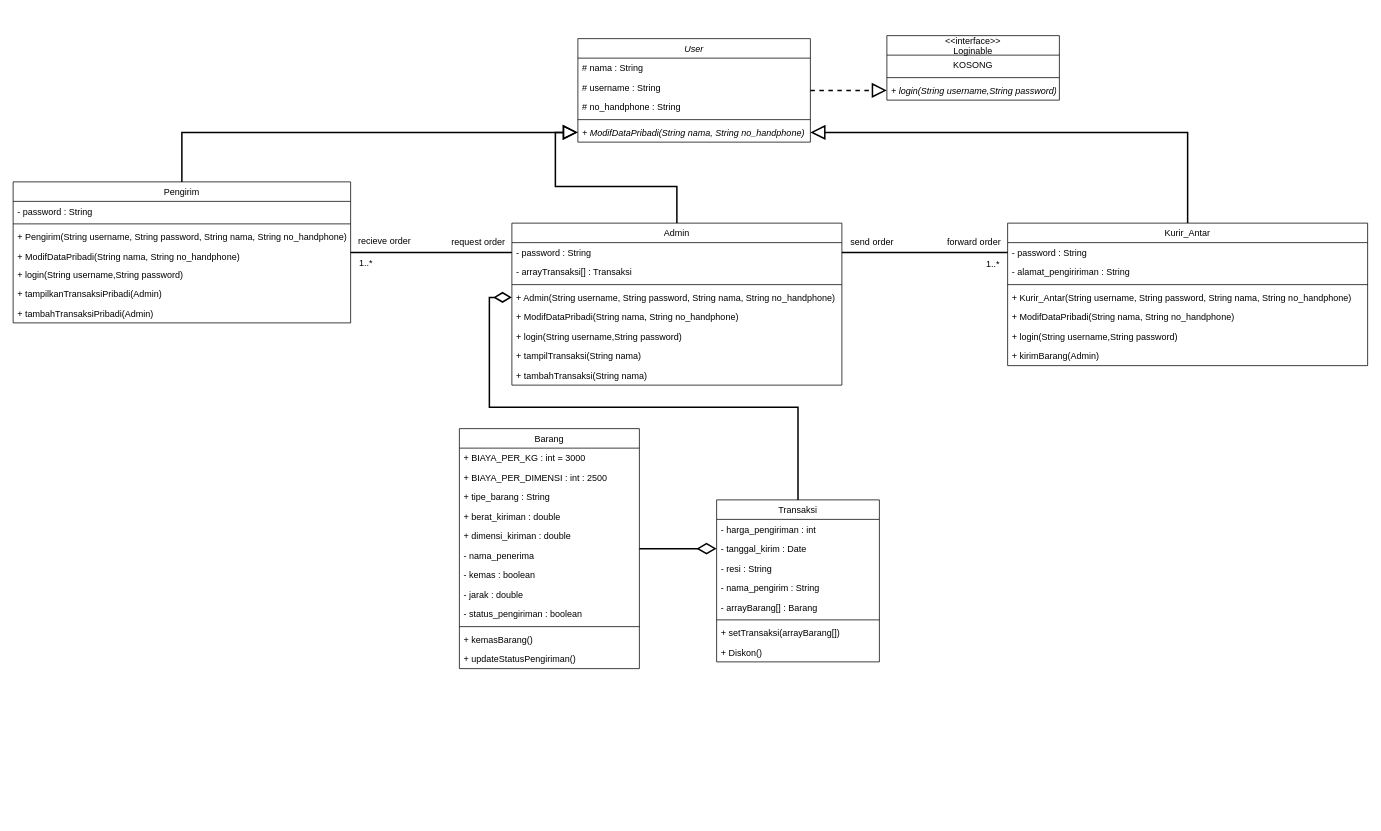
Above: Class Diagram.drawio in DanielHadi/OOPProgramming_MajorAssignment (draw.io), before the change. Source tidied: cells renumbered, new cells numbered last; positions are measured from the earlier drawing's top-left corner, leaving out a move shared by most shapes. Both pictures are drawn from the tidied source at 75%, with x=0, y=0 at pixel (13, 35).
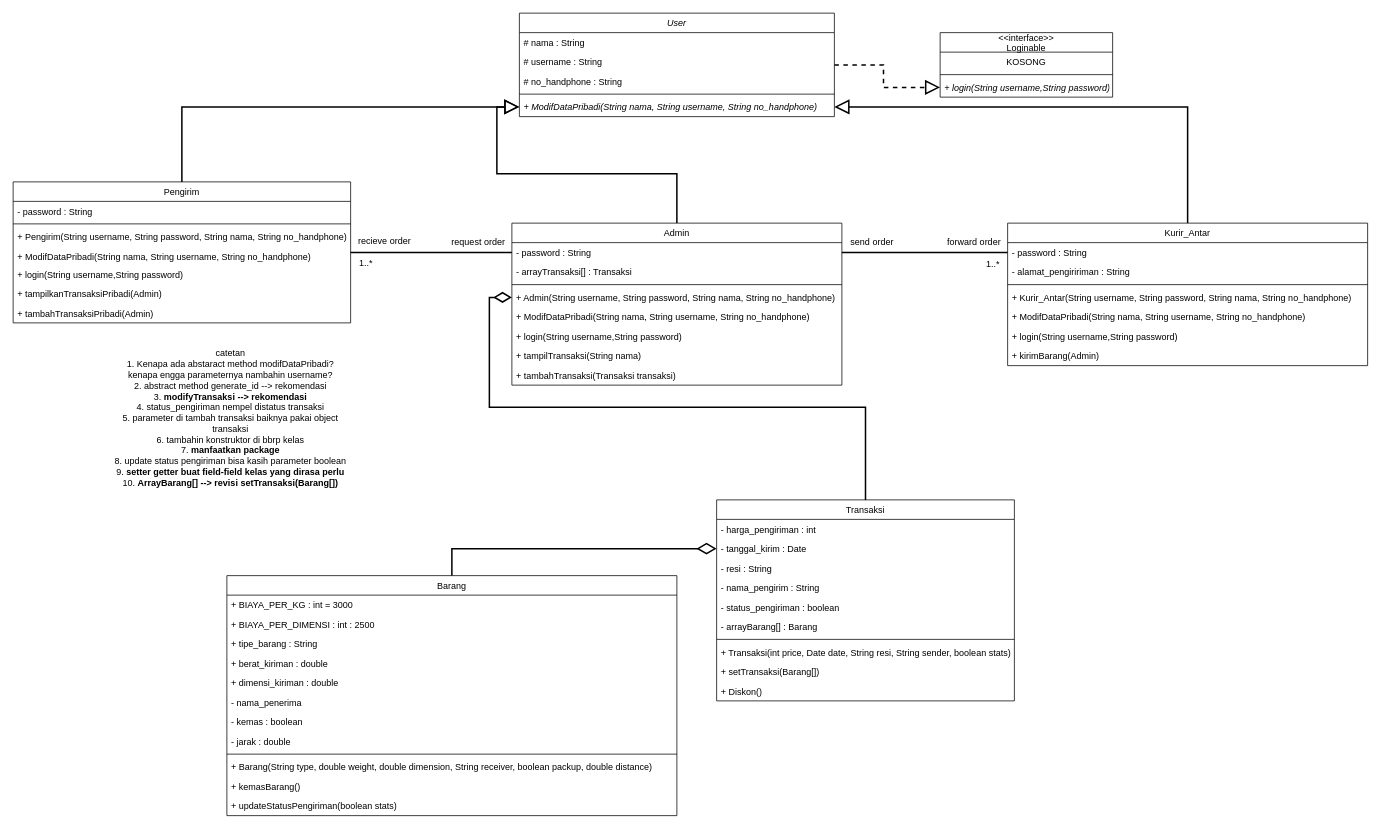
The same diagram, later.

Commit message:
Revisi Kelas Diagram Versi 1

The change refers to these unchanged cells:
```xml
<mxCell id="4" value="Pengirim" style="swimlane;fontStyle=0;align=center;verticalAlign=top;horizontal=1;startSize=26;" parent="1" vertex="1">
  <mxGeometry y="195" width="450" height="188" as="geometry" />
</mxCell>
<mxCell id="13" value="Admin" style="swimlane;fontStyle=0;align=center;verticalAlign=top;horizontal=1;startSize=26;" parent="1" vertex="1">
  <mxGeometry x="665" y="250" width="440" height="216" as="geometry" />
</mxCell>
<mxCell id="23" value="Kurir_Antar" style="swimlane;fontStyle=0;align=center;verticalAlign=top;horizontal=1;startSize=26;" parent="1" vertex="1">
  <mxGeometry x="1326" y="250" width="480" height="190" as="geometry" />
</mxCell>
```

What changed in the source:
```diff
@@
-    <mxCell id="8" value="+ ModifDataPribadi(String nama, String no_handphone)" style="text;strokeColor=none;fillColor=none;align=left;verticalAlign=top;spacingLeft=4;spacingRight=4;overflow=hidden;fontStyle=0;" parent="4" vertex="1">
+    <mxCell id="8" value="+ ModifDataPribadi(String nama, String username, String no_handphone)" style="text;strokeColor=none;fillColor=none;align=left;verticalAlign=top;spacingLeft=4;spacingRight=4;overflow=hidden;fontStyle=0;" parent="4" vertex="1">
       <mxGeometry y="86" width="450" height="24" as="geometry" />
     </mxCell>
@@
-    <mxCell id="18" value="+ ModifDataPribadi(String nama, String no_handphone)" style="text;strokeColor=none;fillColor=none;align=left;verticalAlign=top;spacingLeft=4;spacingRight=4;overflow=hidden;" parent="13" vertex="1">
+    <mxCell id="18" value="+ ModifDataPribadi(String nama, String username, String no_handphone)" style="text;strokeColor=none;fillColor=none;align=left;verticalAlign=top;spacingLeft=4;spacingRight=4;overflow=hidden;fontStyle=0;" parent="13" vertex="1">
       <mxGeometry y="112" width="440" height="26" as="geometry" />
     </mxCell>
@@
-    <mxCell id="21" value="+ tambahTransaksi(String nama)" style="text;strokeColor=none;fillColor=none;align=left;verticalAlign=top;spacingLeft=4;spacingRight=4;overflow=hidden;" parent="13" vertex="1">
+    <mxCell id="21" value="+ tambahTransaksi(Transaksi transaksi)" style="text;strokeColor=none;fillColor=none;align=left;verticalAlign=top;spacingLeft=4;spacingRight=4;overflow=hidden;" parent="13" vertex="1">
       <mxGeometry y="190" width="440" height="26" as="geometry" />
     </mxCell>
@@
-    <mxCell id="28" value="+ ModifDataPribadi(String nama, String no_handphone)" style="text;strokeColor=none;fillColor=none;align=left;verticalAlign=top;spacingLeft=4;spacingRight=4;overflow=hidden;" parent="23" vertex="1">
+    <mxCell id="28" value="+ ModifDataPribadi(String nama, String username, String no_handphone)" style="text;strokeColor=none;fillColor=none;align=left;verticalAlign=top;spacingLeft=4;spacingRight=4;overflow=hidden;fontStyle=0;" parent="23" vertex="1">
       <mxGeometry y="112" width="480" height="26" as="geometry" />
     </mxCell>
@@
     <mxCell id="32" value="Barang" style="swimlane;fontStyle=0;align=center;verticalAlign=top;horizontal=1;startSize=26;" parent="1" vertex="1">
-      <mxGeometry x="595" y="524" width="240" height="320" as="geometry" />
+      <mxGeometry x="285" y="720" width="600" height="320" as="geometry" />
     </mxCell>
     <mxCell id="33" value="+ BIAYA_PER_KG : int = 3000" style="text;strokeColor=none;fillColor=none;align=left;verticalAlign=top;spacingLeft=4;spacingRight=4;overflow=hidden;" parent="32" vertex="1">
-      <mxGeometry y="26" width="240" height="26" as="geometry" />
+      <mxGeometry y="26" width="600" height="26" as="geometry" />
     </mxCell>
     <mxCell id="34" value="+ BIAYA_PER_DIMENSI : int : 2500" style="text;strokeColor=none;fillColor=none;align=left;verticalAlign=top;spacingLeft=4;spacingRight=4;overflow=hidden;" parent="32" vertex="1">
-      <mxGeometry y="52" width="240" height="26" as="geometry" />
+      <mxGeometry y="52" width="600" height="26" as="geometry" />
     </mxCell>
     <mxCell id="35" value="+ tipe_barang : String" style="text;strokeColor=none;fillColor=none;align=left;verticalAlign=top;spacingLeft=4;spacingRight=4;overflow=hidden;" parent="32" vertex="1">
-      <mxGeometry y="78" width="240" height="26" as="geometry" />
+      <mxGeometry y="78" width="600" height="26" as="geometry" />
     </mxCell>
     <mxCell id="36" value="+ berat_kiriman : double" style="text;strokeColor=none;fillColor=none;align=left;verticalAlign=top;spacingLeft=4;spacingRight=4;overflow=hidden;" parent="32" vertex="1">
-      <mxGeometry y="104" width="240" height="26" as="geometry" />
+      <mxGeometry y="104" width="600" height="26" as="geometry" />
     </mxCell>
     <mxCell id="37" value="+ dimensi_kiriman : double" style="text;strokeColor=none;fillColor=none;align=left;verticalAlign=top;spacingLeft=4;spacingRight=4;overflow=hidden;" parent="32" vertex="1">
-      <mxGeometry y="130" width="240" height="26" as="geometry" />
+      <mxGeometry y="130" width="600" height="26" as="geometry" />
     </mxCell>
     <mxCell id="38" value="- nama_penerima" style="text;strokeColor=none;fillColor=none;align=left;verticalAlign=top;spacingLeft=4;spacingRight=4;overflow=hidden;" parent="32" vertex="1">
-      <mxGeometry y="156" width="240" height="26" as="geometry" />
+      <mxGeometry y="156" width="600" height="26" as="geometry" />
     </mxCell>
     <mxCell id="39" value="- kemas : boolean" style="text;strokeColor=none;fillColor=none;align=left;verticalAlign=top;spacingLeft=4;spacingRight=4;overflow=hidden;" parent="32" vertex="1">
-      <mxGeometry y="182" width="240" height="26" as="geometry" />
+      <mxGeometry y="182" width="600" height="26" as="geometry" />
     </mxCell>
     <mxCell id="40" value="- jarak : double" style="text;strokeColor=none;fillColor=none;align=left;verticalAlign=top;spacingLeft=4;spacingRight=4;overflow=hidden;" parent="32" vertex="1">
-      <mxGeometry y="208" width="240" height="26" as="geometry" />
+      <mxGeometry y="208" width="600" height="26" as="geometry" />
     </mxCell>
-    <mxCell id="41" value="- status_pengiriman : boolean" style="text;strokeColor=none;fillColor=none;align=left;verticalAlign=top;spacingLeft=4;spacingRight=4;overflow=hidden;" parent="32" vertex="1">
-      <mxGeometry y="234" width="240" height="26" as="geometry" />
-    </mxCell>
     <mxCell id="42" style="line;strokeWidth=1;fillColor=none;align=left;verticalAlign=middle;spacingTop=-1;spacingLeft=3;spacingRight=3;labelPosition=right;strokeColor=inherit;" parent="32" vertex="1">
-      <mxGeometry y="260" width="240" height="8" as="geometry" />
+      <mxGeometry y="234" width="600" height="8" as="geometry" />
     </mxCell>
+    <mxCell id="73" value="+ Barang(String type, double weight, double dimension, String receiver, boolean packup, double distance)" style="text;strokeColor=none;fillColor=none;align=left;verticalAlign=top;spacingLeft=4;spacingRight=4;overflow=hidden;" parent="32" vertex="1">
+      <mxGeometry y="242" width="600" height="26" as="geometry" />
+    </mxCell>
     <mxCell id="43" value="+ kemasBarang()" style="text;strokeColor=none;fillColor=none;align=left;verticalAlign=top;spacingLeft=4;spacingRight=4;overflow=hidden;" parent="32" vertex="1">
-      <mxGeometry y="268" width="240" height="26" as="geometry" />
+      <mxGeometry y="268" width="600" height="26" as="geometry" />
     </mxCell>
-    <mxCell id="44" value="+ updateStatusPengiriman()" style="text;strokeColor=none;fillColor=none;align=left;verticalAlign=top;spacingLeft=4;spacingRight=4;overflow=hidden;" parent="32" vertex="1">
-      <mxGeometry y="294" width="240" height="26" as="geometry" />
+    <mxCell id="44" value="+ updateStatusPengiriman(boolean stats)" style="text;strokeColor=none;fillColor=none;align=left;verticalAlign=top;spacingLeft=4;spacingRight=4;overflow=hidden;" parent="32" vertex="1">
+      <mxGeometry y="294" width="600" height="26" as="geometry" />
     </mxCell>
@@
     <mxCell id="46" value="User" style="swimlane;fontStyle=2;align=center;verticalAlign=top;horizontal=1;startSize=26;" parent="1" vertex="1">
-      <mxGeometry x="753" y="4" width="310" height="138" as="geometry" />
+      <mxGeometry x="675" y="-30" width="420" height="138" as="geometry" />
     </mxCell>
     <mxCell id="47" value="# nama : String" style="text;strokeColor=none;fillColor=none;align=left;verticalAlign=top;spacingLeft=4;spacingRight=4;overflow=hidden;" parent="46" vertex="1">
-      <mxGeometry y="26" width="310" height="26" as="geometry" />
+      <mxGeometry y="26" width="420" height="26" as="geometry" />
     </mxCell>
     <mxCell id="48" value="# username : String" style="text;strokeColor=none;fillColor=none;align=left;verticalAlign=top;spacingLeft=4;spacingRight=4;overflow=hidden;" parent="46" vertex="1">
-      <mxGeometry y="52" width="310" height="26" as="geometry" />
+      <mxGeometry y="52" width="420" height="26" as="geometry" />
     </mxCell>
     <mxCell id="49" value="# no_handphone : String" style="text;strokeColor=none;fillColor=none;align=left;verticalAlign=top;spacingLeft=4;spacingRight=4;overflow=hidden;" parent="46" vertex="1">
-      <mxGeometry y="78" width="310" height="26" as="geometry" />
+      <mxGeometry y="78" width="420" height="26" as="geometry" />
     </mxCell>
     <mxCell id="50" style="line;strokeWidth=1;fillColor=none;align=left;verticalAlign=middle;spacingTop=-1;spacingLeft=3;spacingRight=3;labelPosition=right;strokeColor=inherit;" parent="46" vertex="1">
-      <mxGeometry y="104" width="310" height="8" as="geometry" />
+      <mxGeometry y="104" width="420" height="8" as="geometry" />
     </mxCell>
-    <mxCell id="51" value="+ ModifDataPribadi(String nama, String no_handphone)" style="text;strokeColor=none;fillColor=none;align=left;verticalAlign=top;spacingLeft=4;spacingRight=4;overflow=hidden;points=[[0,0.5],[1,0.5]];portConstraint=eastwest;fontStyle=2;" parent="46" vertex="1">
-      <mxGeometry y="112" width="310" height="26" as="geometry" />
+    <mxCell id="51" value="+ ModifDataPribadi(String nama, String username, String no_handphone)" style="text;strokeColor=none;fillColor=none;align=left;verticalAlign=top;spacingLeft=4;spacingRight=4;overflow=hidden;points=[[0,0.5],[1,0.5]];portConstraint=eastwest;fontStyle=2;" parent="46" vertex="1">
+      <mxGeometry y="112" width="420" height="26" as="geometry" />
     </mxCell>
     <mxCell id="52" value="&lt;&lt;interface&gt;&gt;&#10;Loginable" style="swimlane;fontStyle=0;align=center;verticalAlign=middle;horizontal=1;startSize=26;" parent="1" vertex="1">
-      <mxGeometry x="1165" width="230" height="86" as="geometry" />
+      <mxGeometry x="1236" y="-4" width="230" height="86" as="geometry" />
     </mxCell>
@@
     <mxCell id="57" value="Transaksi" style="swimlane;fontStyle=0;align=center;verticalAlign=top;horizontal=1;startSize=26;" parent="1" vertex="1">
-      <mxGeometry x="938" y="619" width="217" height="216" as="geometry" />
+      <mxGeometry x="938" y="619" width="397" height="268" as="geometry" />
     </mxCell>
     <mxCell id="58" value="- harga_pengiriman : int" style="text;strokeColor=none;fillColor=none;align=left;verticalAlign=top;spacingLeft=4;spacingRight=4;overflow=hidden;" parent="57" vertex="1">
-      <mxGeometry y="26" width="217" height="26" as="geometry" />
+      <mxGeometry y="26" width="397" height="26" as="geometry" />
     </mxCell>
     <mxCell id="59" value="- tanggal_kirim : Date" style="text;strokeColor=none;fillColor=none;align=left;verticalAlign=top;spacingLeft=4;spacingRight=4;overflow=hidden;points=[[0,0.5],[1,0.5]];portConstraint=eastwest;" parent="57" vertex="1">
-      <mxGeometry y="52" width="217" height="26" as="geometry" />
+      <mxGeometry y="52" width="397" height="26" as="geometry" />
     </mxCell>
     <mxCell id="60" value="- resi : String" style="text;strokeColor=none;fillColor=none;align=left;verticalAlign=top;spacingLeft=4;spacingRight=4;overflow=hidden;" parent="57" vertex="1">
-      <mxGeometry y="78" width="217" height="26" as="geometry" />
+      <mxGeometry y="78" width="397" height="26" as="geometry" />
     </mxCell>
     <mxCell id="61" value="- nama_pengirim : String" style="text;strokeColor=none;fillColor=none;align=left;verticalAlign=top;spacingLeft=4;spacingRight=4;overflow=hidden;" parent="57" vertex="1">
-      <mxGeometry y="104" width="217" height="26" as="geometry" />
+      <mxGeometry y="104" width="397" height="26" as="geometry" />
     </mxCell>
+    <mxCell id="41" value="- status_pengiriman : boolean" style="text;strokeColor=none;fillColor=none;align=left;verticalAlign=top;spacingLeft=4;spacingRight=4;overflow=hidden;" parent="57" vertex="1">
+      <mxGeometry y="130" width="397" height="26" as="geometry" />
+    </mxCell>
     <mxCell id="62" value="- arrayBarang[] : Barang" style="text;strokeColor=none;fillColor=none;align=left;verticalAlign=top;spacingLeft=4;spacingRight=4;overflow=hidden;" parent="57" vertex="1">
-      <mxGeometry y="130" width="217" height="26" as="geometry" />
+      <mxGeometry y="156" width="397" height="26" as="geometry" />
     </mxCell>
     <mxCell id="63" style="line;strokeWidth=1;fillColor=none;align=left;verticalAlign=middle;spacingTop=-1;spacingLeft=3;spacingRight=3;labelPosition=right;strokeColor=inherit;" parent="57" vertex="1">
-      <mxGeometry y="156" width="217" height="8" as="geometry" />
+      <mxGeometry y="182" width="397" height="8" as="geometry" />
     </mxCell>
+    <mxCell id="74" value="+ Transaksi(int price, Date date, String resi, String sender, boolean stats)" style="text;strokeColor=none;fillColor=none;align=left;verticalAlign=top;spacingLeft=4;spacingRight=4;overflow=hidden;" parent="57" vertex="1">
+      <mxGeometry y="190" width="397" height="26" as="geometry" />
+    </mxCell>
-    <mxCell id="64" value="+ setTransaksi(arrayBarang[])" style="text;strokeColor=none;fillColor=none;align=left;verticalAlign=top;spacingLeft=4;spacingRight=4;overflow=hidden;" parent="57" vertex="1">
-      <mxGeometry y="164" width="217" height="26" as="geometry" />
+    <mxCell id="64" value="+ setTransaksi(Barang[])" style="text;strokeColor=none;fillColor=none;align=left;verticalAlign=top;spacingLeft=4;spacingRight=4;overflow=hidden;" parent="57" vertex="1">
+      <mxGeometry y="216" width="397" height="26" as="geometry" />
     </mxCell>
     <mxCell id="65" value="+ Diskon()" style="text;strokeColor=none;fillColor=none;align=left;verticalAlign=top;spacingLeft=4;spacingRight=4;overflow=hidden;" parent="57" vertex="1">
-      <mxGeometry y="190" width="217" height="26" as="geometry" />
+      <mxGeometry y="242" width="397" height="26" as="geometry" />
     </mxCell>
@@
+    <mxCell id="75" value="&lt;div&gt;catetan&lt;/div&gt;&lt;div&gt;1. Kenapa ada abstaract method modifDataPribadi? kenapa engga parameternya nambahin username?&lt;/div&gt;&lt;div&gt;2. abstract method generate_id --&amp;gt; rekomendasi&lt;/div&gt;&lt;div&gt;3. &lt;b&gt;modifyTransaksi --&amp;gt; rekomendasi&lt;/b&gt;&lt;/div&gt;&lt;div&gt;4. status_pengiriman nempel distatus transaksi&lt;/div&gt;&lt;div&gt;5. parameter di tambah transaksi baiknya pakai object transaksi&lt;/div&gt;&lt;div&gt;6. tambahin konstruktor di bbrp kelas&lt;/div&gt;&lt;div&gt;7. &lt;b&gt;manfaatkan package&lt;/b&gt;&lt;/div&gt;&lt;div&gt;8. update status pengiriman bisa kasih parameter boolean&lt;/div&gt;&lt;div&gt;9. &lt;b&gt;setter getter buat field-field kelas yang dirasa perlu&lt;/b&gt;&lt;/div&gt;&lt;div&gt;10. &lt;b&gt;ArrayBarang[] --&amp;gt; revisi setTransaksi(Barang[])&lt;/b&gt;&lt;/div&gt;" style="text;html=1;strokeColor=none;fillColor=none;align=center;verticalAlign=middle;whiteSpace=wrap;rounded=0;" parent="1" vertex="1">
+      <mxGeometry x="130" y="495" width="320" height="30" as="geometry" />
+    </mxCell>
```
